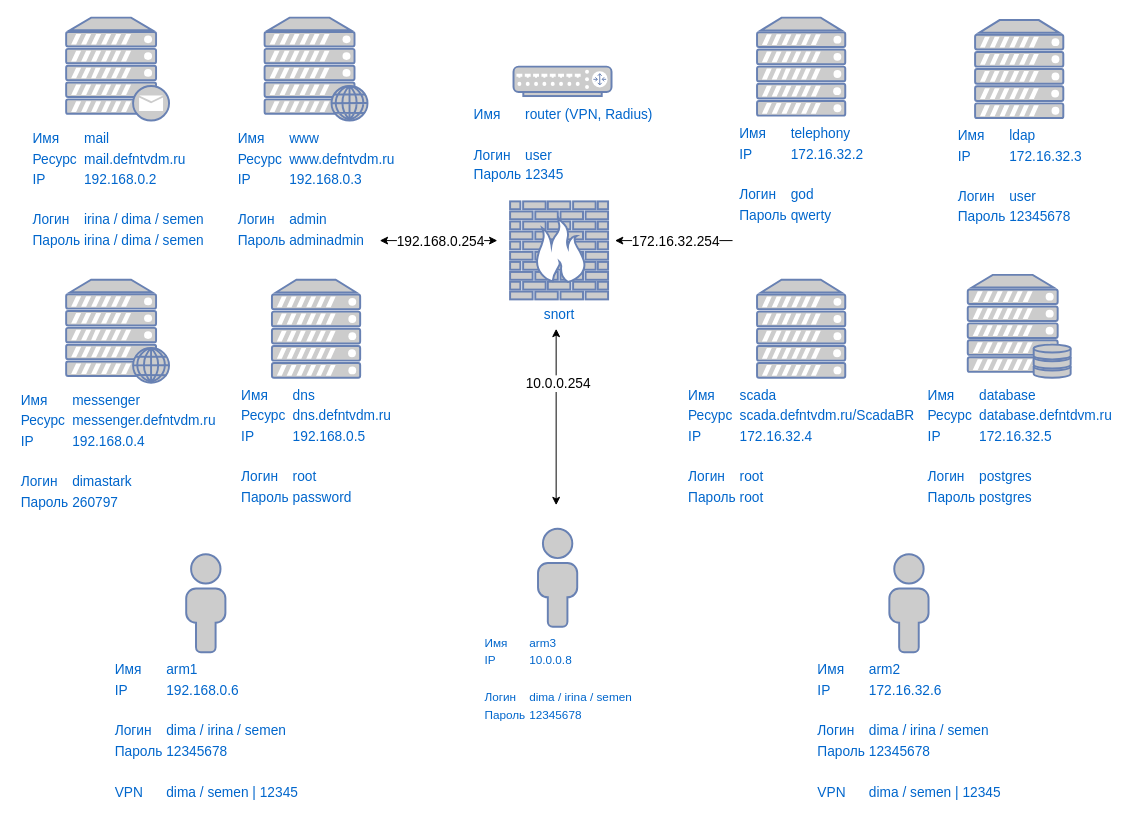
Above: SOPKA.drawio in dimastark/provider-tasks (draw.io), before the change. Source tidied: cells renumbered, new cells numbered last; positions are measured from the earlier drawing's top-left corner, leaving out a move shared by most shapes. Both pictures are drawn from the tidied source at 98%, with x=0, y=0 at pixel (66, 17).
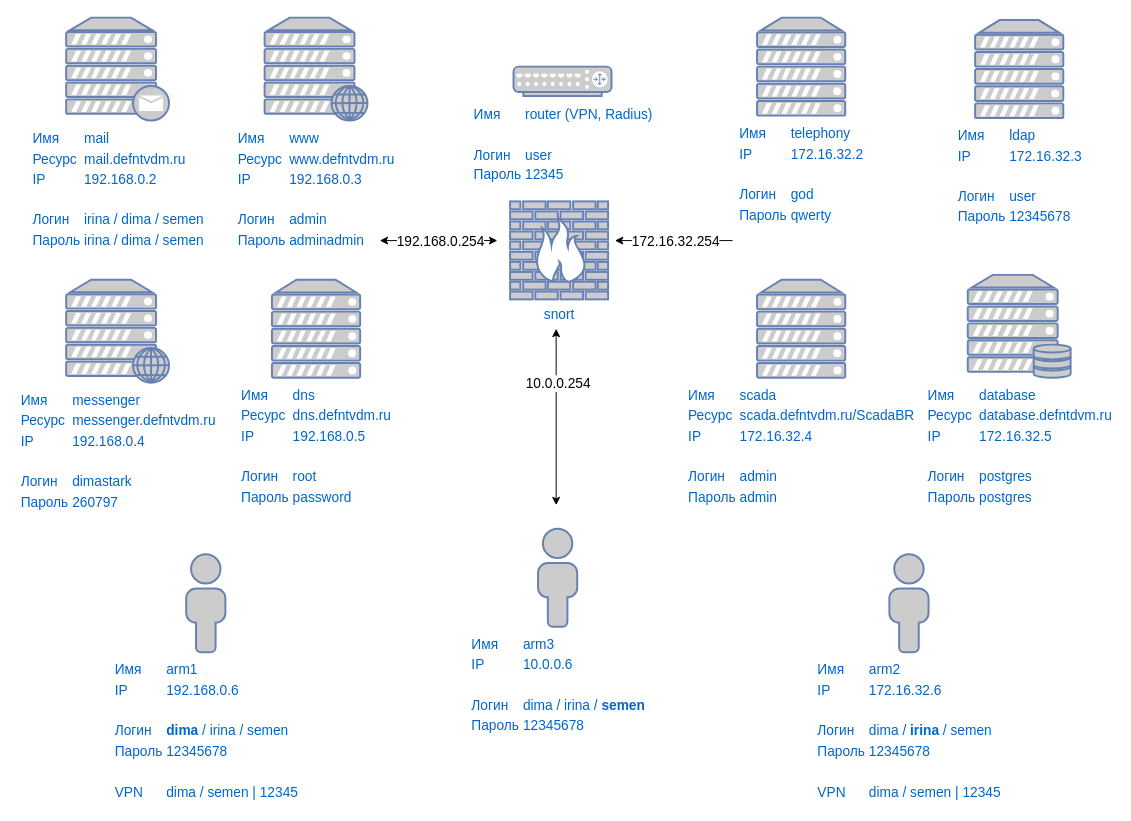
After the change.

The change refers to these unchanged cells:
```xml
<mxCell id="5" style="group;strokeColor=none;" parent="1" vertex="1">
  <mxGeometry y="0.5" width="307.5" height="647.5" as="geometry" />
</mxCell>
<mxCell id="11" style="group;" parent="1" vertex="1">
  <mxGeometry x="705" y="0.5" width="320" height="647.5" as="geometry" />
</mxCell>
```

Diff of the diagram source:
```diff
@@
-    <mxCell id="2" value="&lt;div style=&quot;text-align: left&quot;&gt;&lt;table&gt;&lt;tbody&gt;&lt;tr&gt;&lt;td&gt;Имя&lt;/td&gt;&lt;td&gt;arm3&lt;/td&gt;&lt;/tr&gt;&lt;tr&gt;&lt;td&gt;IP&lt;/td&gt;&lt;td&gt;10.0.0.8&lt;/td&gt;&lt;/tr&gt;&lt;tr&gt;&lt;td&gt;&lt;br&gt;&lt;/td&gt;&lt;td&gt;&lt;br&gt;&lt;/td&gt;&lt;/tr&gt;&lt;tr&gt;&lt;td&gt;Логин&lt;/td&gt;&lt;td&gt;dima / irina / semen&lt;/td&gt;&lt;/tr&gt;&lt;tr&gt;&lt;td&gt;Пароль&lt;/td&gt;&lt;td&gt;12345678&lt;/td&gt;&lt;/tr&gt;&lt;tr&gt;&lt;td&gt;&lt;br&gt;&lt;/td&gt;&lt;td&gt;&lt;br&gt;&lt;/td&gt;&lt;/tr&gt;&lt;/tbody&gt;&lt;/table&gt;&lt;br&gt;&lt;/div&gt;" style="fontColor=#0066CC;verticalAlign=top;verticalLabelPosition=bottom;labelPosition=center;align=center;html=1;fillColor=#CCCCCC;strokeColor=#6881B3;gradientColor=none;gradientDirection=north;strokeWidth=2;shape=mxgraph.networks.user_male;fontSize=12;" parent="1" vertex="1">
+    <mxCell id="2" value="&lt;div style=&quot;text-align: left ; font-size: 14px&quot;&gt;&lt;table&gt;&lt;tbody&gt;&lt;tr&gt;&lt;td&gt;&lt;font style=&quot;font-size: 14px&quot;&gt;Имя&lt;/font&gt;&lt;/td&gt;&lt;td&gt;&lt;font style=&quot;font-size: 14px&quot;&gt;arm3&lt;/font&gt;&lt;/td&gt;&lt;/tr&gt;&lt;tr&gt;&lt;td&gt;&lt;font style=&quot;font-size: 14px&quot;&gt;IP&lt;/font&gt;&lt;/td&gt;&lt;td&gt;&lt;font style=&quot;font-size: 14px&quot;&gt;10.0.0.6&lt;/font&gt;&lt;/td&gt;&lt;/tr&gt;&lt;tr&gt;&lt;td&gt;&lt;font style=&quot;font-size: 14px&quot;&gt;&lt;/font&gt;&lt;font style=&quot;font-size: 14px&quot;&gt;&lt;/font&gt;&lt;br&gt;&lt;/td&gt;&lt;td&gt;&lt;font style=&quot;font-size: 14px&quot;&gt;&lt;/font&gt;&lt;font style=&quot;font-size: 14px&quot;&gt;&lt;/font&gt;&lt;br&gt;&lt;/td&gt;&lt;/tr&gt;&lt;tr&gt;&lt;td&gt;&lt;font style=&quot;font-size: 14px&quot;&gt;Логин&lt;/font&gt;&lt;/td&gt;&lt;td&gt;&lt;font style=&quot;font-size: 14px&quot;&gt;&lt;font style=&quot;font-size: 14px&quot;&gt;dima / irina / &lt;b&gt;semen&lt;/b&gt;&lt;/font&gt;&lt;/font&gt;&lt;/td&gt;&lt;/tr&gt;&lt;tr&gt;&lt;td&gt;&lt;font style=&quot;font-size: 14px&quot;&gt;Пароль&lt;/font&gt;&lt;/td&gt;&lt;td&gt;&lt;font style=&quot;font-size: 14px&quot;&gt;12345678&lt;/font&gt;&lt;/td&gt;&lt;/tr&gt;&lt;tr&gt;&lt;td&gt;&lt;font style=&quot;font-size: 14px&quot;&gt;&lt;/font&gt;&lt;font style=&quot;font-size: 14px&quot;&gt;&lt;/font&gt;&lt;br&gt;&lt;/td&gt;&lt;td&gt;&lt;font style=&quot;font-size: 14px&quot;&gt;&lt;/font&gt;&lt;font style=&quot;font-size: 14px&quot;&gt;&lt;/font&gt;&lt;br&gt;&lt;/td&gt;&lt;/tr&gt;&lt;/tbody&gt;&lt;/table&gt;&lt;font style=&quot;font-size: 14px&quot;&gt;&lt;/font&gt;&lt;font style=&quot;font-size: 14px&quot;&gt;&lt;/font&gt;&lt;br&gt;&lt;/div&gt;" style="fontColor=#0066CC;verticalAlign=top;verticalLabelPosition=bottom;labelPosition=center;align=center;html=1;fillColor=#CCCCCC;strokeColor=#6881B3;gradientColor=none;gradientDirection=north;strokeWidth=2;shape=mxgraph.networks.user_male;fontSize=12;" parent="1" vertex="1">
       <mxGeometry x="481.5" y="522" width="40" height="100" as="geometry" />
     </mxCell>
@@
-    <mxCell id="10" value="&lt;table style=&quot;text-align: left ; font-size: 14px&quot;&gt;&lt;tbody&gt;&lt;tr&gt;&lt;td&gt;&lt;font style=&quot;font-size: 14px&quot;&gt;Имя&lt;/font&gt;&lt;/td&gt;&lt;td&gt;&lt;font style=&quot;font-size: 14px&quot;&gt;arm1&lt;/font&gt;&lt;/td&gt;&lt;/tr&gt;&lt;tr&gt;&lt;td&gt;&lt;font style=&quot;font-size: 14px&quot;&gt;IP&lt;/font&gt;&lt;/td&gt;&lt;td&gt;&lt;font style=&quot;font-size: 14px&quot;&gt;192.168.0.6&lt;/font&gt;&lt;/td&gt;&lt;/tr&gt;&lt;tr&gt;&lt;td&gt;&lt;font style=&quot;font-size: 14px&quot;&gt;&lt;br&gt;&lt;/font&gt;&lt;/td&gt;&lt;td&gt;&lt;font style=&quot;font-size: 14px&quot;&gt;&lt;br&gt;&lt;/font&gt;&lt;/td&gt;&lt;/tr&gt;&lt;tr&gt;&lt;td&gt;&lt;font style=&quot;font-size: 14px&quot;&gt;Логин&lt;/font&gt;&lt;/td&gt;&lt;td&gt;&lt;font style=&quot;font-size: 14px&quot;&gt;dima / irina / semen&lt;/font&gt;&lt;/td&gt;&lt;/tr&gt;&lt;tr&gt;&lt;td&gt;&lt;font style=&quot;font-size: 14px&quot;&gt;Пароль&lt;/font&gt;&lt;/td&gt;&lt;td&gt;&lt;font style=&quot;font-size: 14px&quot;&gt;12345678&lt;/font&gt;&lt;/td&gt;&lt;/tr&gt;&lt;tr&gt;&lt;td&gt;&lt;font style=&quot;font-size: 14px&quot;&gt;&lt;br&gt;&lt;/font&gt;&lt;/td&gt;&lt;td&gt;&lt;font style=&quot;font-size: 14px&quot;&gt;&lt;br&gt;&lt;/font&gt;&lt;/td&gt;&lt;/tr&gt;&lt;tr&gt;&lt;td&gt;&lt;font style=&quot;font-size: 14px&quot;&gt;VPN&lt;/font&gt;&lt;/td&gt;&lt;td&gt;&lt;font style=&quot;font-size: 14px&quot;&gt;dima / semen | 12345&lt;/font&gt;&lt;/td&gt;&lt;/tr&gt;&lt;/tbody&gt;&lt;/table&gt;" style="fontColor=#0066CC;verticalAlign=top;verticalLabelPosition=bottom;labelPosition=center;align=center;html=1;fillColor=#CCCCCC;strokeColor=#6881B3;gradientColor=none;gradientDirection=north;strokeWidth=2;shape=mxgraph.networks.user_male;fontSize=12;labelBorderColor=none;" parent="5" vertex="1">
+    <mxCell id="10" value="&lt;table style=&quot;text-align: left ; font-size: 14px&quot;&gt;&lt;tbody&gt;&lt;tr&gt;&lt;td&gt;&lt;font style=&quot;font-size: 14px&quot;&gt;Имя&lt;/font&gt;&lt;/td&gt;&lt;td&gt;&lt;font style=&quot;font-size: 14px&quot;&gt;arm1&lt;/font&gt;&lt;/td&gt;&lt;/tr&gt;&lt;tr&gt;&lt;td&gt;&lt;font style=&quot;font-size: 14px&quot;&gt;IP&lt;/font&gt;&lt;/td&gt;&lt;td&gt;&lt;font style=&quot;font-size: 14px&quot;&gt;192.168.0.6&lt;/font&gt;&lt;/td&gt;&lt;/tr&gt;&lt;tr&gt;&lt;td&gt;&lt;font style=&quot;font-size: 14px&quot;&gt;&lt;br&gt;&lt;/font&gt;&lt;/td&gt;&lt;td&gt;&lt;font style=&quot;font-size: 14px&quot;&gt;&lt;br&gt;&lt;/font&gt;&lt;/td&gt;&lt;/tr&gt;&lt;tr&gt;&lt;td&gt;&lt;font style=&quot;font-size: 14px&quot;&gt;Логин&lt;/font&gt;&lt;/td&gt;&lt;td&gt;&lt;font style=&quot;font-size: 14px&quot;&gt;&lt;b&gt;dima&lt;/b&gt; / irina / semen&lt;/font&gt;&lt;/td&gt;&lt;/tr&gt;&lt;tr&gt;&lt;td&gt;&lt;font style=&quot;font-size: 14px&quot;&gt;Пароль&lt;/font&gt;&lt;/td&gt;&lt;td&gt;&lt;font style=&quot;font-size: 14px&quot;&gt;12345678&lt;/font&gt;&lt;/td&gt;&lt;/tr&gt;&lt;tr&gt;&lt;td&gt;&lt;font style=&quot;font-size: 14px&quot;&gt;&lt;br&gt;&lt;/font&gt;&lt;/td&gt;&lt;td&gt;&lt;font style=&quot;font-size: 14px&quot;&gt;&lt;br&gt;&lt;/font&gt;&lt;/td&gt;&lt;/tr&gt;&lt;tr&gt;&lt;td&gt;&lt;font style=&quot;font-size: 14px&quot;&gt;VPN&lt;/font&gt;&lt;/td&gt;&lt;td&gt;&lt;font style=&quot;font-size: 14px&quot;&gt;dima / semen | 12345&lt;/font&gt;&lt;/td&gt;&lt;/tr&gt;&lt;/tbody&gt;&lt;/table&gt;" style="fontColor=#0066CC;verticalAlign=top;verticalLabelPosition=bottom;labelPosition=center;align=center;html=1;fillColor=#CCCCCC;strokeColor=#6881B3;gradientColor=none;gradientDirection=north;strokeWidth=2;shape=mxgraph.networks.user_male;fontSize=12;labelBorderColor=none;" parent="5" vertex="1">
       <mxGeometry x="122.5" y="547.5" width="40" height="100" as="geometry" />
     </mxCell>
@@
-    <mxCell id="13" value="&lt;table style=&quot;text-align: left ; font-size: 14px&quot;&gt;&lt;tbody&gt;&lt;tr&gt;&lt;td&gt;&lt;font style=&quot;font-size: 14px&quot;&gt;Имя&lt;/font&gt;&lt;/td&gt;&lt;td&gt;&lt;font style=&quot;font-size: 14px&quot;&gt;scada&lt;/font&gt;&lt;/td&gt;&lt;/tr&gt;&lt;tr&gt;&lt;td&gt;&lt;font style=&quot;font-size: 14px&quot;&gt;Ресурс&lt;/font&gt;&lt;/td&gt;&lt;td&gt;&lt;font style=&quot;font-size: 14px&quot;&gt;scada.defntvdm.ru/ScadaBR&lt;/font&gt;&lt;/td&gt;&lt;/tr&gt;&lt;tr&gt;&lt;td&gt;&lt;font style=&quot;font-size: 14px&quot;&gt;IP&lt;/font&gt;&lt;/td&gt;&lt;td&gt;&lt;font style=&quot;font-size: 14px&quot;&gt;172.16.32.4&lt;/font&gt;&lt;/td&gt;&lt;/tr&gt;&lt;tr&gt;&lt;td&gt;&lt;font style=&quot;font-size: 14px&quot;&gt;&lt;br&gt;&lt;/font&gt;&lt;/td&gt;&lt;td&gt;&lt;font style=&quot;font-size: 14px&quot;&gt;&lt;br&gt;&lt;/font&gt;&lt;/td&gt;&lt;/tr&gt;&lt;tr&gt;&lt;td&gt;&lt;font style=&quot;font-size: 14px&quot;&gt;Логин&lt;/font&gt;&lt;/td&gt;&lt;td&gt;&lt;font style=&quot;font-size: 14px&quot;&gt;root&lt;/font&gt;&lt;/td&gt;&lt;/tr&gt;&lt;tr&gt;&lt;td&gt;&lt;font style=&quot;font-size: 14px&quot;&gt;Пароль&lt;/font&gt;&lt;/td&gt;&lt;td&gt;&lt;font style=&quot;font-size: 14px&quot;&gt;root&lt;/font&gt;&lt;/td&gt;&lt;/tr&gt;&lt;/tbody&gt;&lt;/table&gt;" style="fontColor=#0066CC;verticalAlign=top;verticalLabelPosition=bottom;labelPosition=center;align=center;html=1;fillColor=#CCCCCC;strokeColor=#6881B3;gradientColor=none;gradientDirection=north;strokeWidth=2;shape=mxgraph.networks.server;fontSize=12;" parent="11" vertex="1">
+    <mxCell id="13" value="&lt;table style=&quot;text-align: left ; font-size: 14px&quot;&gt;&lt;tbody&gt;&lt;tr&gt;&lt;td&gt;&lt;font style=&quot;font-size: 14px&quot;&gt;Имя&lt;/font&gt;&lt;/td&gt;&lt;td&gt;&lt;font style=&quot;font-size: 14px&quot;&gt;scada&lt;/font&gt;&lt;/td&gt;&lt;/tr&gt;&lt;tr&gt;&lt;td&gt;&lt;font style=&quot;font-size: 14px&quot;&gt;Ресурс&lt;/font&gt;&lt;/td&gt;&lt;td&gt;&lt;font style=&quot;font-size: 14px&quot;&gt;scada.defntvdm.ru/ScadaBR&lt;/font&gt;&lt;/td&gt;&lt;/tr&gt;&lt;tr&gt;&lt;td&gt;&lt;font style=&quot;font-size: 14px&quot;&gt;IP&lt;/font&gt;&lt;/td&gt;&lt;td&gt;&lt;font style=&quot;font-size: 14px&quot;&gt;172.16.32.4&lt;/font&gt;&lt;/td&gt;&lt;/tr&gt;&lt;tr&gt;&lt;td&gt;&lt;font style=&quot;font-size: 14px&quot;&gt;&lt;br&gt;&lt;/font&gt;&lt;/td&gt;&lt;td&gt;&lt;font style=&quot;font-size: 14px&quot;&gt;&lt;br&gt;&lt;/font&gt;&lt;/td&gt;&lt;/tr&gt;&lt;tr&gt;&lt;td&gt;&lt;font style=&quot;font-size: 14px&quot;&gt;Логин&lt;/font&gt;&lt;/td&gt;&lt;td&gt;&lt;font style=&quot;font-size: 14px&quot;&gt;admin&lt;/font&gt;&lt;/td&gt;&lt;/tr&gt;&lt;tr&gt;&lt;td&gt;&lt;font style=&quot;font-size: 14px&quot;&gt;Пароль&lt;/font&gt;&lt;/td&gt;&lt;td&gt;&lt;div&gt;&lt;font style=&quot;font-size: 14px&quot;&gt;admin&lt;/font&gt;&lt;/div&gt;&lt;/td&gt;&lt;/tr&gt;&lt;/tbody&gt;&lt;/table&gt;" style="fontColor=#0066CC;verticalAlign=top;verticalLabelPosition=bottom;labelPosition=center;align=center;html=1;fillColor=#CCCCCC;strokeColor=#6881B3;gradientColor=none;gradientDirection=north;strokeWidth=2;shape=mxgraph.networks.server;fontSize=12;" parent="11" vertex="1">
       <mxGeometry y="267.5" width="90" height="100" as="geometry" />
     </mxCell>
@@
-    <mxCell id="16" value="&lt;table style=&quot;text-align: left ; font-size: 14px&quot;&gt;&lt;tbody&gt;&lt;tr&gt;&lt;td&gt;&lt;font style=&quot;font-size: 14px&quot;&gt;Имя&lt;/font&gt;&lt;/td&gt;&lt;td&gt;&lt;font style=&quot;font-size: 14px&quot;&gt;arm2&lt;/font&gt;&lt;/td&gt;&lt;/tr&gt;&lt;tr&gt;&lt;td&gt;&lt;font style=&quot;font-size: 14px&quot;&gt;IP&lt;/font&gt;&lt;/td&gt;&lt;td&gt;172.16.32.6&lt;/td&gt;&lt;/tr&gt;&lt;tr&gt;&lt;td&gt;&lt;font style=&quot;font-size: 14px&quot;&gt;&lt;br&gt;&lt;/font&gt;&lt;/td&gt;&lt;td&gt;&lt;font style=&quot;font-size: 14px&quot;&gt;&lt;br&gt;&lt;/font&gt;&lt;/td&gt;&lt;/tr&gt;&lt;tr&gt;&lt;td&gt;&lt;font style=&quot;font-size: 14px&quot;&gt;Логин&lt;/font&gt;&lt;/td&gt;&lt;td&gt;&lt;font style=&quot;font-size: 14px&quot;&gt;dima / irina / semen&lt;/font&gt;&lt;/td&gt;&lt;/tr&gt;&lt;tr&gt;&lt;td&gt;&lt;font style=&quot;font-size: 14px&quot;&gt;Пароль&lt;/font&gt;&lt;/td&gt;&lt;td&gt;&lt;font style=&quot;font-size: 14px&quot;&gt;12345678&lt;/font&gt;&lt;/td&gt;&lt;/tr&gt;&lt;tr&gt;&lt;td&gt;&lt;font style=&quot;font-size: 14px&quot;&gt;&lt;br&gt;&lt;/font&gt;&lt;/td&gt;&lt;td&gt;&lt;font style=&quot;font-size: 14px&quot;&gt;&lt;br&gt;&lt;/font&gt;&lt;/td&gt;&lt;/tr&gt;&lt;tr&gt;&lt;td&gt;&lt;font style=&quot;font-size: 14px&quot;&gt;VPN&lt;/font&gt;&lt;/td&gt;&lt;td&gt;&lt;font style=&quot;font-size: 14px&quot;&gt;dima / semen | 12345&lt;/font&gt;&lt;/td&gt;&lt;/tr&gt;&lt;/tbody&gt;&lt;/table&gt;" style="fontColor=#0066CC;verticalAlign=top;verticalLabelPosition=bottom;labelPosition=center;align=center;html=1;fillColor=#CCCCCC;strokeColor=#6881B3;gradientColor=none;gradientDirection=north;strokeWidth=2;shape=mxgraph.networks.user_male;fontSize=12;" parent="11" vertex="1">
+    <mxCell id="16" value="&lt;table style=&quot;text-align: left ; font-size: 14px&quot;&gt;&lt;tbody&gt;&lt;tr&gt;&lt;td&gt;&lt;font style=&quot;font-size: 14px&quot;&gt;Имя&lt;/font&gt;&lt;/td&gt;&lt;td&gt;&lt;font style=&quot;font-size: 14px&quot;&gt;arm2&lt;/font&gt;&lt;/td&gt;&lt;/tr&gt;&lt;tr&gt;&lt;td&gt;&lt;font style=&quot;font-size: 14px&quot;&gt;IP&lt;/font&gt;&lt;/td&gt;&lt;td&gt;172.16.32.6&lt;/td&gt;&lt;/tr&gt;&lt;tr&gt;&lt;td&gt;&lt;font style=&quot;font-size: 14px&quot;&gt;&lt;br&gt;&lt;/font&gt;&lt;/td&gt;&lt;td&gt;&lt;font style=&quot;font-size: 14px&quot;&gt;&lt;br&gt;&lt;/font&gt;&lt;/td&gt;&lt;/tr&gt;&lt;tr&gt;&lt;td&gt;&lt;font style=&quot;font-size: 14px&quot;&gt;Логин&lt;/font&gt;&lt;/td&gt;&lt;td&gt;&lt;font style=&quot;font-size: 14px&quot;&gt;dima / &lt;b&gt;irina&lt;/b&gt; / semen&lt;/font&gt;&lt;/td&gt;&lt;/tr&gt;&lt;tr&gt;&lt;td&gt;&lt;font style=&quot;font-size: 14px&quot;&gt;Пароль&lt;/font&gt;&lt;/td&gt;&lt;td&gt;&lt;font style=&quot;font-size: 14px&quot;&gt;12345678&lt;/font&gt;&lt;/td&gt;&lt;/tr&gt;&lt;tr&gt;&lt;td&gt;&lt;font style=&quot;font-size: 14px&quot;&gt;&lt;br&gt;&lt;/font&gt;&lt;/td&gt;&lt;td&gt;&lt;font style=&quot;font-size: 14px&quot;&gt;&lt;br&gt;&lt;/font&gt;&lt;/td&gt;&lt;/tr&gt;&lt;tr&gt;&lt;td&gt;&lt;font style=&quot;font-size: 14px&quot;&gt;VPN&lt;/font&gt;&lt;/td&gt;&lt;td&gt;&lt;font style=&quot;font-size: 14px&quot;&gt;dima / semen | 12345&lt;/font&gt;&lt;/td&gt;&lt;/tr&gt;&lt;/tbody&gt;&lt;/table&gt;" style="fontColor=#0066CC;verticalAlign=top;verticalLabelPosition=bottom;labelPosition=center;align=center;html=1;fillColor=#CCCCCC;strokeColor=#6881B3;gradientColor=none;gradientDirection=north;strokeWidth=2;shape=mxgraph.networks.user_male;fontSize=12;" parent="11" vertex="1">
       <mxGeometry x="135" y="547.5" width="40" height="100" as="geometry" />
     </mxCell>
```
